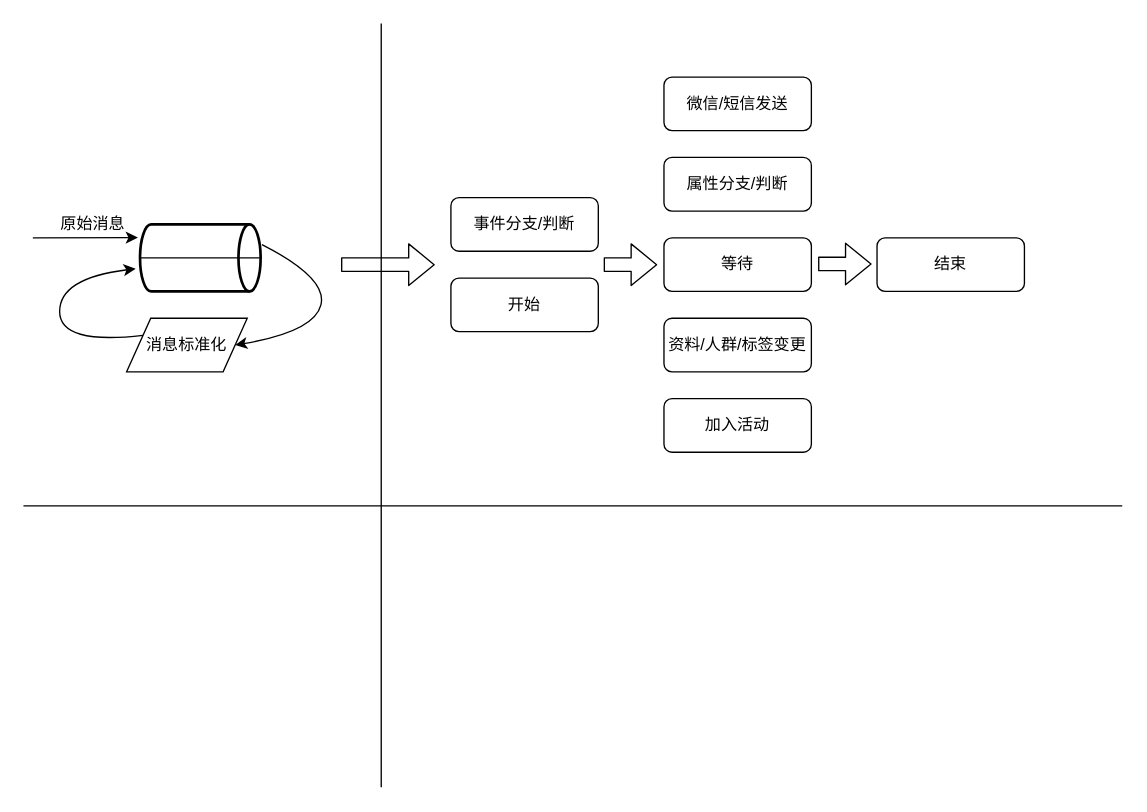
The draw.io diagram MA_msg_data_flow.drawio in superjoeye/adhoc, before the edit. Source tidied: cells renumbered, new cells numbered last; positions are measured from the earlier drawing's top-left corner, leaving out a move shared by most shapes. Both pictures are drawn from the tidied source at 134%, with x=0, y=0 at pixel (23, 23).
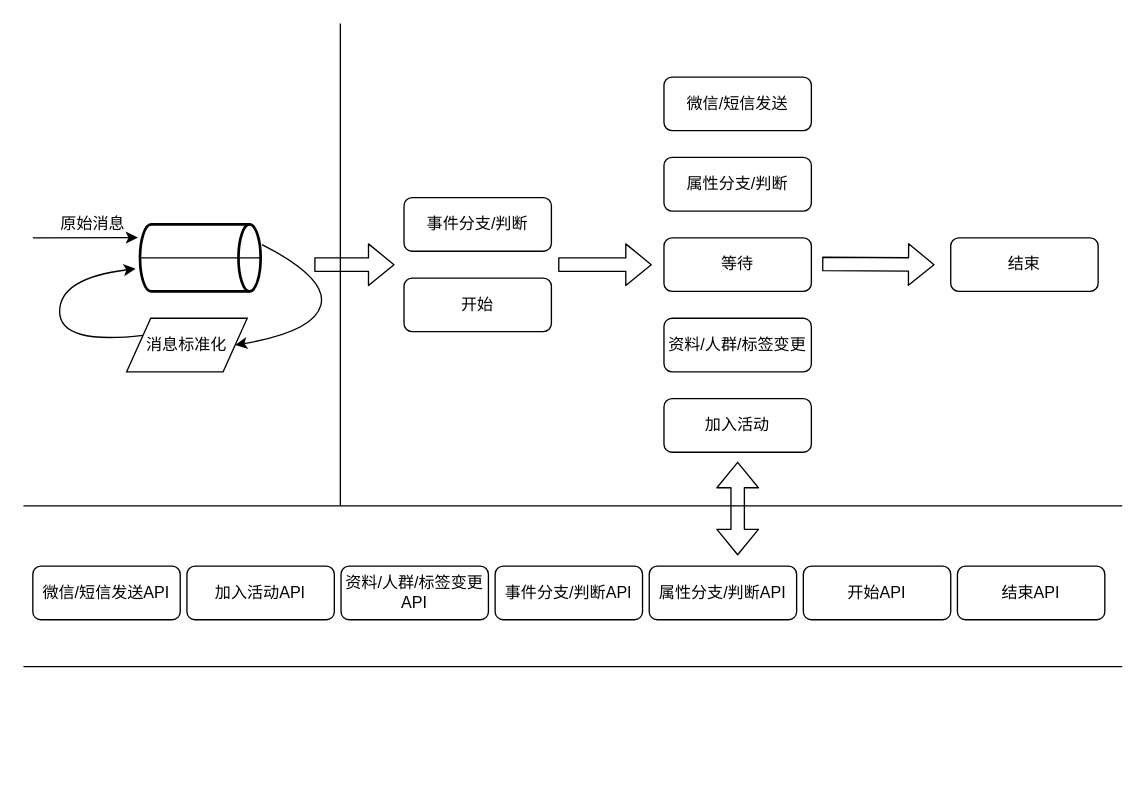
The same diagram, later.

Change to the diagram source:
```diff
@@
     <mxCell id="10" style="endArrow=none;html=1;" parent="1" edge="1">
       <mxGeometry relative="1" as="geometry">
-        <mxPoint x="267" y="570" as="sourcePoint" />
-        <mxPoint x="267" as="targetPoint" />
+        <mxPoint x="236.5" y="360" as="sourcePoint" />
+        <mxPoint x="236.5" as="targetPoint" />
       </mxGeometry>
     </mxCell>
     <mxCell id="11" value="开始" style="rounded=1;whiteSpace=wrap;html=1;" parent="1" vertex="1">
-      <mxGeometry x="319" y="190" width="110" height="40" as="geometry" />
+      <mxGeometry x="284" y="190" width="110" height="40" as="geometry" />
     </mxCell>
     <mxCell id="12" value="事件分支/判断" style="rounded=1;whiteSpace=wrap;html=1;" parent="1" vertex="1">
-      <mxGeometry x="319" y="130" width="110" height="40" as="geometry" />
+      <mxGeometry x="284" y="130" width="110" height="40" as="geometry" />
     </mxCell>
@@
     <mxCell id="17" value="结束" style="rounded=1;whiteSpace=wrap;html=1;" parent="1" vertex="1">
-      <mxGeometry x="637" y="160" width="110" height="40" as="geometry" />
+      <mxGeometry x="692" y="160" width="110" height="40" as="geometry" />
     </mxCell>
@@
     <mxCell id="19" style="shape=flexArrow;endArrow=classic;html=1;" parent="1" edge="1">
       <mxGeometry relative="1" as="geometry">
-        <mxPoint x="237" y="180" as="sourcePoint" />
-        <mxPoint x="307" y="180" as="targetPoint" />
+        <mxPoint x="217" y="180" as="sourcePoint" />
+        <mxPoint x="277" y="180" as="targetPoint" />
       </mxGeometry>
     </mxCell>
     <mxCell id="20" style="shape=flexArrow;endArrow=classic;html=1;" parent="1" edge="1">
       <mxGeometry relative="1" as="geometry">
-        <mxPoint x="433" y="180" as="sourcePoint" />
-        <mxPoint x="473" y="180" as="targetPoint" />
+        <mxPoint x="399" y="180" as="sourcePoint" />
+        <mxPoint x="469" y="180" as="targetPoint" />
       </mxGeometry>
     </mxCell>
     <mxCell id="21" style="shape=flexArrow;endArrow=classic;html=1;" parent="1" edge="1">
       <mxGeometry relative="1" as="geometry">
-        <mxPoint x="593" y="179.5" as="sourcePoint" />
-        <mxPoint x="633" y="179.5" as="targetPoint" />
+        <mxPoint x="596" y="179.5" as="sourcePoint" />
+        <mxPoint x="680" y="180" as="targetPoint" />
       </mxGeometry>
     </mxCell>
@@
+    <mxCell id="23" value="开始API" style="rounded=1;whiteSpace=wrap;html=1;" parent="1" vertex="1">
+      <mxGeometry x="582" y="405" width="110" height="40" as="geometry" />
+    </mxCell>
+    <mxCell id="24" value="事件分支/判断API" style="rounded=1;whiteSpace=wrap;html=1;" parent="1" vertex="1">
+      <mxGeometry x="352" y="405" width="110" height="40" as="geometry" />
+    </mxCell>
+    <mxCell id="25" value="属性分支/判断API" style="rounded=1;whiteSpace=wrap;html=1;" parent="1" vertex="1">
+      <mxGeometry x="467" y="405" width="110" height="40" as="geometry" />
+    </mxCell>
+    <mxCell id="26" value="微信/短信发送API" style="rounded=1;whiteSpace=wrap;html=1;" parent="1" vertex="1">
+      <mxGeometry x="7" y="405" width="110" height="40" as="geometry" />
+    </mxCell>
+    <mxCell id="27" value="资料/人群/标签变更API" style="rounded=1;whiteSpace=wrap;html=1;" parent="1" vertex="1">
+      <mxGeometry x="237" y="405" width="110" height="40" as="geometry" />
+    </mxCell>
+    <mxCell id="28" value="加入活动API" style="rounded=1;whiteSpace=wrap;html=1;" parent="1" vertex="1">
+      <mxGeometry x="122" y="405" width="110" height="40" as="geometry" />
+    </mxCell>
+    <mxCell id="29" value="结束API" style="rounded=1;whiteSpace=wrap;html=1;" parent="1" vertex="1">
+      <mxGeometry x="697" y="405" width="110" height="40" as="geometry" />
+    </mxCell>
+    <mxCell id="30" style="shape=flexArrow;endArrow=classic;startArrow=classic;html=1;" parent="1" edge="1">
+      <mxGeometry relative="1" as="geometry">
+        <mxPoint x="533" y="397" as="sourcePoint" />
+        <mxPoint x="533" y="327" as="targetPoint" />
+      </mxGeometry>
+    </mxCell>
+    <mxCell id="31" style="endArrow=none;html=1;" parent="1" edge="1">
+      <mxGeometry relative="1" as="geometry">
+        <mxPoint y="480" as="sourcePoint" />
+        <mxPoint x="820" y="480" as="targetPoint" />
+      </mxGeometry>
+    </mxCell>
```
